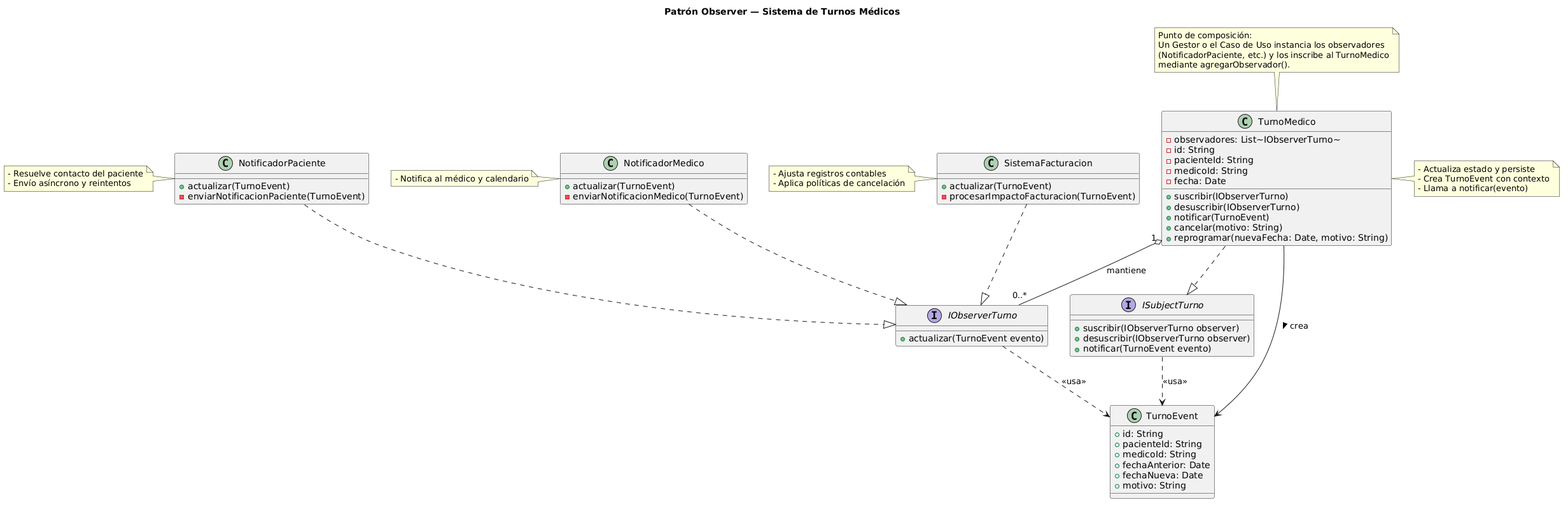
Above: diagramas/01-diagrama-clases/01-patron-comportamiento-observer.png in FacundoGuiraldes/SistemaTurnosMedicos (PlantUML), before the change.
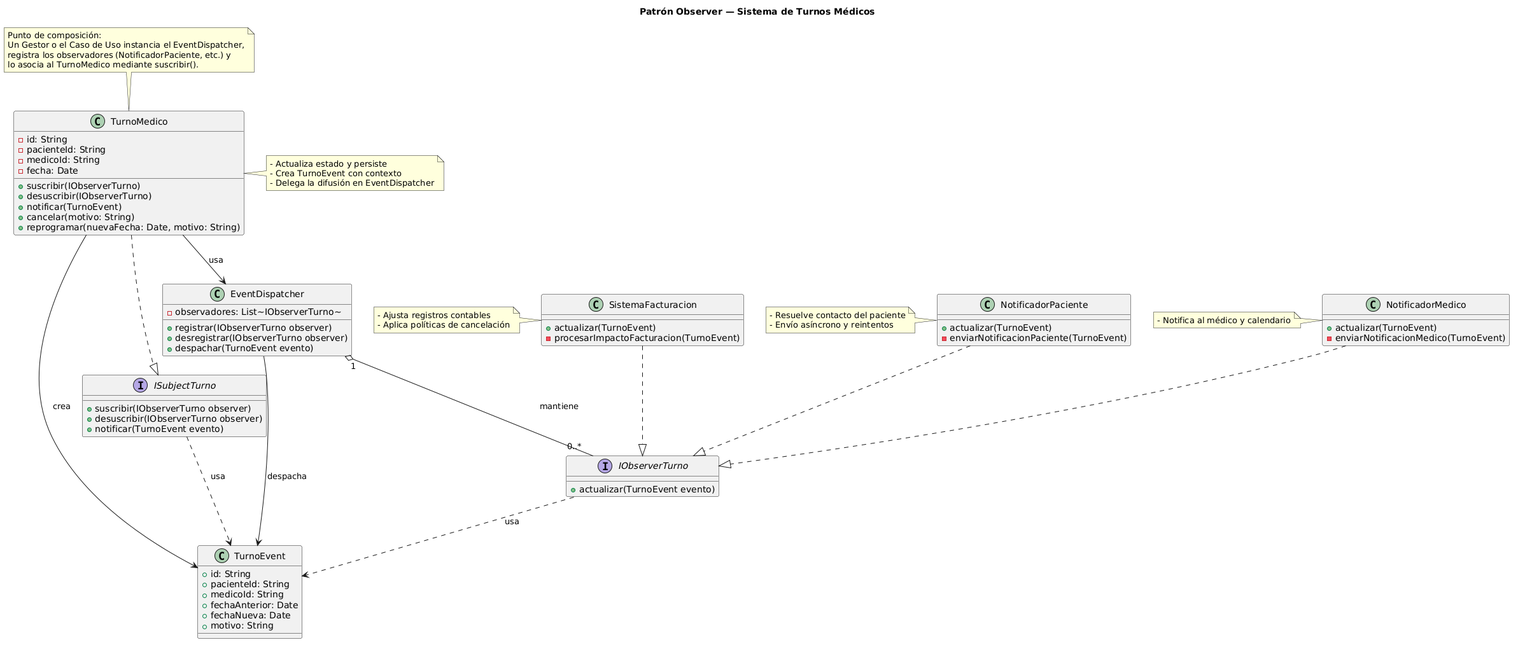
Later version of the same file.

The edit, as a diff of the source:
```diff
@@ -20,8 +20,14 @@
   +motivo: String
 }
 
+class EventDispatcher {
+  -observadores: List~IObserverTurno~
+  +registrar(IObserverTurno observer)
+  +desregistrar(IObserverTurno observer)
+  +despachar(TurnoEvent evento)
+}
+
 class TurnoMedico {
-  -observadores: List~IObserverTurno~
   -id: String
   -pacienteId: String
   -medicoId: String
@@ -53,23 +59,25 @@
 NotificadorMedico ..|> IObserverTurno
 SistemaFacturacion ..|> IObserverTurno
 
-TurnoMedico "1" o-- "0..*" IObserverTurno : mantiene
-TurnoMedico --> TurnoEvent : crea >
+TurnoMedico --> EventDispatcher : usa
+EventDispatcher "1" o-- "0..*" IObserverTurno : mantiene
+EventDispatcher --> TurnoEvent : despacha
+TurnoMedico --> TurnoEvent : crea
 
-IObserverTurno ..> TurnoEvent : <<usa>>
-ISubjectTurno ..> TurnoEvent : <<usa>>
+IObserverTurno ..> TurnoEvent : usa
+ISubjectTurno ..> TurnoEvent : usa
 
 note top of TurnoMedico
   Punto de composición:
-  Un Gestor o el Caso de Uso instancia los observadores
-  (NotificadorPaciente, etc.) y los inscribe al TurnoMedico
-  mediante agregarObservador().
+  Un Gestor o el Caso de Uso instancia el EventDispatcher,
+  registra los observadores (NotificadorPaciente, etc.) y
+  lo asocia al TurnoMedico mediante suscribir().
 end note
 
 note right of TurnoMedico
   - Actualiza estado y persiste
   - Crea TurnoEvent con contexto
-  - Llama a notificar(evento)
+  - Delega la difusión en EventDispatcher
 end note
 
 note left of NotificadorPaciente
```
